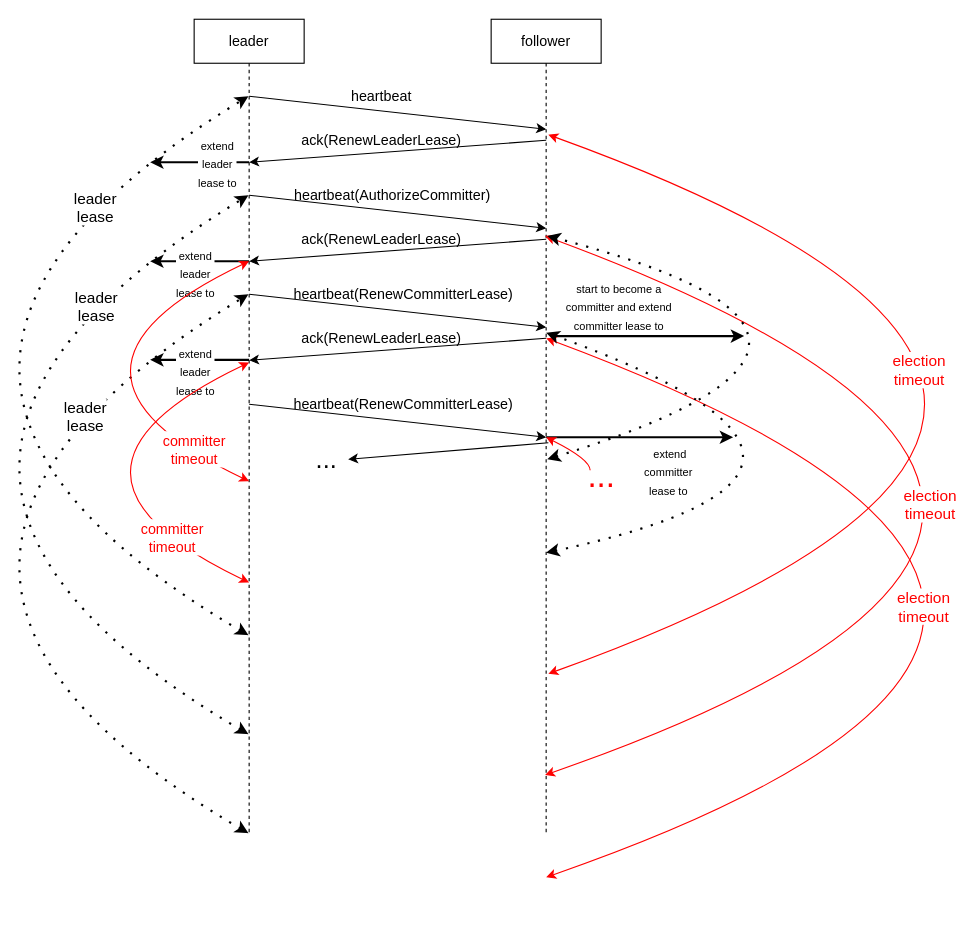
Earlier version of the draw.io diagram raft-committer-idea.drawio (BanYeung/Notes). Source tidied: cells renumbered, new cells numbered last; positions are measured from the earlier drawing's top-left corner, leaving out a move shared by most shapes. Both pictures are drawn from the tidied source at 110%, with x=0, y=0 at pixel (-202, 19).
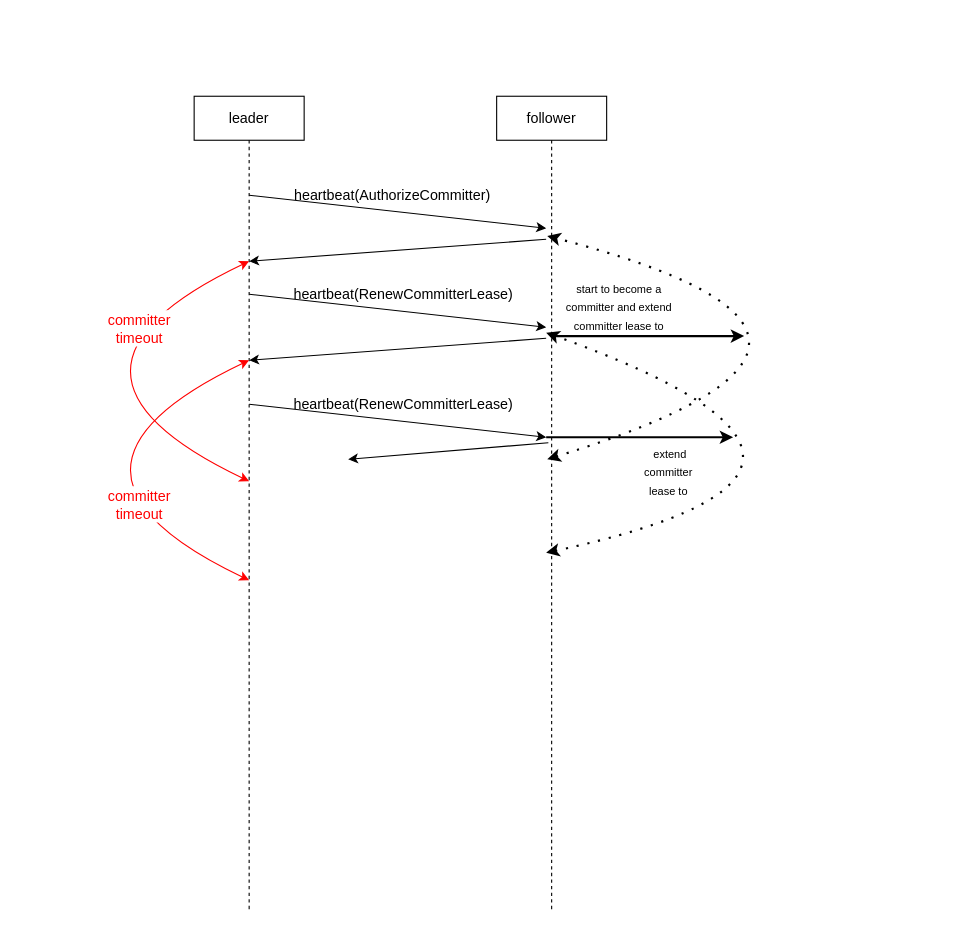
Above is the later version.

Commit message:
committer_lease and committer_timeout only

The edit, as a diff of the source:
```diff
@@
     <mxCell id="2" value="leader" style="shape=umlLifeline;perimeter=lifelinePerimeter;whiteSpace=wrap;html=1;fontSize=13;" parent="1" vertex="1">
-      <mxGeometry x="360" width="100" height="740" as="geometry" />
+      <mxGeometry x="360" y="70" width="100" height="740" as="geometry" />
     </mxCell>
-    <mxCell id="3" style="endArrow=classic;html=1;fontSize=13;" parent="1" edge="1">
-      <mxGeometry relative="1" as="geometry">
-        <mxPoint x="410" y="70" as="sourcePoint" />
-        <mxPoint x="680" y="100" as="targetPoint" />
-      </mxGeometry>
-    </mxCell>
-    <mxCell id="4" style="endArrow=classic;html=1;fontSize=13;" parent="1" edge="1">
-      <mxGeometry relative="1" as="geometry">
-        <mxPoint x="680" y="110" as="sourcePoint" />
-        <mxPoint x="410" y="130" as="targetPoint" />
-      </mxGeometry>
-    </mxCell>
     <mxCell id="5" value="follower" style="shape=umlLifeline;perimeter=lifelinePerimeter;whiteSpace=wrap;html=1;fontSize=13;" parent="1" vertex="1">
-      <mxGeometry x="630" width="100" height="740" as="geometry" />
+      <mxGeometry x="635" y="70" width="100" height="740" as="geometry" />
     </mxCell>
@@
-    <mxCell id="13" value="heartbeat" style="text;html=1;align=center;verticalAlign=middle;strokeColor=none;fontSize=13;" parent="1" vertex="1">
-      <mxGeometry x="495" y="60" width="70" height="20" as="geometry" />
-    </mxCell>
-    <mxCell id="14" style="endArrow=classic;startArrow=classic;html=1;fontSize=14;strokeWidth=2;curved=1;dashed=1;dashPattern=1 4;" parent="1" edge="1">
-      <mxGeometry relative="1" as="geometry">
-        <mxPoint x="409.4" y="560" as="sourcePoint" />
-        <mxPoint x="409.4" y="70" as="targetPoint" />
-        <Array as="points">
-          <mxPoint y="320" />
-        </Array>
-      </mxGeometry>
-    </mxCell>
-    <mxCell id="15" value="leader&lt;br&gt;lease" style="edgeLabel;html=1;align=center;verticalAlign=middle;fontSize=14;" parent="14" vertex="1">
-      <mxGeometry x="0.5" y="-40" relative="1" as="geometry">
-        <mxPoint x="43" y="-58" as="offset" />
-      </mxGeometry>
-    </mxCell>
-    <mxCell id="16" style="endArrow=classic;startArrow=classic;html=1;fontSize=14;strokeWidth=2;curved=1;dashed=1;dashPattern=1 4;" parent="1" edge="1">
-      <mxGeometry relative="1" as="geometry">
-        <mxPoint x="409.4" y="650" as="sourcePoint" />
-        <mxPoint x="409.4" y="160" as="targetPoint" />
-        <Array as="points">
-          <mxPoint y="410" />
-        </Array>
-      </mxGeometry>
-    </mxCell>
-    <mxCell id="17" style="endArrow=classic;startArrow=classic;html=1;fontSize=14;strokeWidth=2;curved=1;dashed=1;dashPattern=1 4;" parent="1" edge="1">
-      <mxGeometry relative="1" as="geometry">
-        <mxPoint x="409.4" y="740" as="sourcePoint" />
-        <mxPoint x="409.4" y="250" as="targetPoint" />
-        <Array as="points">
-          <mxPoint y="500" />
-        </Array>
-      </mxGeometry>
-    </mxCell>
-    <mxCell id="18" style="endArrow=classic;html=1;fontSize=14;strokeWidth=2;" parent="1" edge="1">
-      <mxGeometry relative="1" as="geometry">
-        <mxPoint x="410" y="130" as="sourcePoint" />
-        <mxPoint x="320" y="130" as="targetPoint" />
-      </mxGeometry>
-    </mxCell>
-    <mxCell id="19" value="&lt;font style=&quot;font-size: 10px&quot;&gt;extend &lt;br style=&quot;font-size: 10px&quot;&gt;leader&lt;br style=&quot;font-size: 10px&quot;&gt;lease to&lt;/font&gt;" style="edgeLabel;html=1;align=center;verticalAlign=middle;fontSize=14;" parent="18" vertex="1">
-      <mxGeometry x="-0.13" relative="1" as="geometry">
-        <mxPoint x="9" as="offset" />
-      </mxGeometry>
-    </mxCell>
-    <mxCell id="20" style="endArrow=classic;html=1;fontSize=14;strokeWidth=2;" parent="1" edge="1">
-      <mxGeometry relative="1" as="geometry">
-        <mxPoint x="410" y="220" as="sourcePoint" />
-        <mxPoint x="320" y="220" as="targetPoint" />
-      </mxGeometry>
-    </mxCell>
-    <mxCell id="21" value="&lt;font style=&quot;font-size: 10px&quot;&gt;extend &lt;br style=&quot;font-size: 10px&quot;&gt;leader&lt;br style=&quot;font-size: 10px&quot;&gt;lease to&lt;/font&gt;" style="edgeLabel;html=1;align=center;verticalAlign=middle;fontSize=14;" parent="20" vertex="1">
-      <mxGeometry x="-0.13" relative="1" as="geometry">
-        <mxPoint x="-11" y="10" as="offset" />
-      </mxGeometry>
-    </mxCell>
-    <mxCell id="22" style="endArrow=classic;html=1;fontSize=14;strokeWidth=2;" parent="1" edge="1">
-      <mxGeometry relative="1" as="geometry">
-        <mxPoint x="410" y="309.6" as="sourcePoint" />
-        <mxPoint x="320" y="309.6" as="targetPoint" />
-      </mxGeometry>
-    </mxCell>
-    <mxCell id="23" value="&lt;font style=&quot;font-size: 10px&quot;&gt;extend &lt;br style=&quot;font-size: 10px&quot;&gt;leader&lt;br style=&quot;font-size: 10px&quot;&gt;lease to&lt;/font&gt;" style="edgeLabel;html=1;align=center;verticalAlign=middle;fontSize=14;" parent="22" vertex="1">
-      <mxGeometry x="-0.13" relative="1" as="geometry">
-        <mxPoint x="-11" y="10" as="offset" />
-      </mxGeometry>
-    </mxCell>
-    <mxCell id="24" value="leader&lt;br&gt;lease" style="edgeLabel;html=1;align=center;verticalAlign=middle;fontSize=14;" parent="1" vertex="1">
-      <mxGeometry x="270" y="260" as="geometry" />
-    </mxCell>
-    <mxCell id="25" value="leader&lt;br&gt;lease" style="edgeLabel;html=1;align=center;verticalAlign=middle;fontSize=14;" parent="1" vertex="1">
-      <mxGeometry x="260" y="360" as="geometry" />
-    </mxCell>
@@
-    <mxCell id="32" value="&lt;font style=&quot;font-size: 13px&quot;&gt;ack(RenewLeaderLease)&lt;/font&gt;" style="text;html=1;align=center;verticalAlign=middle;strokeColor=none;fontSize=14;" parent="1" vertex="1">
-      <mxGeometry x="450" y="100" width="160" height="20" as="geometry" />
-    </mxCell>
-    <mxCell id="33" value="&lt;font style=&quot;font-size: 13px&quot;&gt;ack(RenewLeaderLease)&lt;/font&gt;" style="text;html=1;align=center;verticalAlign=middle;strokeColor=none;fontSize=14;" parent="1" vertex="1">
-      <mxGeometry x="450" y="190" width="160" height="20" as="geometry" />
-    </mxCell>
-    <mxCell id="34" value="&lt;font style=&quot;font-size: 13px&quot;&gt;ack(RenewLeaderLease)&lt;/font&gt;" style="text;html=1;align=center;verticalAlign=middle;strokeColor=none;fontSize=14;" parent="1" vertex="1">
-      <mxGeometry x="450" y="280" width="160" height="20" as="geometry" />
-    </mxCell>
-    <mxCell id="35" style="endArrow=classic;startArrow=classic;html=1;fontSize=14;strokeWidth=1;strokeColor=#FF0000;curved=1;" parent="1" edge="1">
-      <mxGeometry relative="1" as="geometry">
-        <mxPoint x="682" y="595" as="sourcePoint" />
-        <mxPoint x="682" y="105" as="targetPoint" />
-        <Array as="points">
-          <mxPoint x="1360" y="350" />
-        </Array>
-      </mxGeometry>
-    </mxCell>
-    <mxCell id="36" value="&lt;font color=&quot;#ff0000&quot;&gt;election&lt;br&gt;timeout&lt;/font&gt;" style="edgeLabel;html=1;align=center;verticalAlign=middle;fontSize=14;" parent="35" vertex="1">
-      <mxGeometry x="0.46" y="86" relative="1" as="geometry" />
-    </mxCell>
-    <mxCell id="37" style="endArrow=classic;startArrow=classic;html=1;fontSize=14;strokeWidth=1;strokeColor=#FF0000;curved=1;" parent="1" edge="1">
-      <mxGeometry relative="1" as="geometry">
-        <mxPoint x="679" y="687" as="sourcePoint" />
-        <mxPoint x="679" y="197" as="targetPoint" />
-        <Array as="points">
-          <mxPoint x="1360" y="450" />
-        </Array>
-      </mxGeometry>
-    </mxCell>
-    <mxCell id="38" value="&lt;font color=&quot;#ff0000&quot;&gt;election&lt;br&gt;timeout&lt;/font&gt;" style="edgeLabel;html=1;align=center;verticalAlign=middle;fontSize=14;" parent="37" vertex="1">
-      <mxGeometry x="0.43" y="107" relative="1" as="geometry" />
-    </mxCell>
-    <mxCell id="39" style="endArrow=classic;startArrow=classic;html=1;fontSize=14;strokeWidth=1;strokeColor=#FF0000;curved=1;" parent="1" edge="1">
-      <mxGeometry relative="1" as="geometry">
-        <mxPoint x="680" y="780" as="sourcePoint" />
-        <mxPoint x="680" y="290" as="targetPoint" />
-        <Array as="points">
-          <mxPoint x="1361" y="543" />
-        </Array>
-      </mxGeometry>
-    </mxCell>
-    <mxCell id="40" value="&lt;font color=&quot;#ff0000&quot;&gt;election&lt;br&gt;timeout&lt;/font&gt;" style="edgeLabel;html=1;align=center;verticalAlign=middle;fontSize=14;" parent="39" vertex="1">
-      <mxGeometry x="0.44" y="108" relative="1" as="geometry">
-        <mxPoint y="1" as="offset" />
-      </mxGeometry>
-    </mxCell>
-    <mxCell id="41" style="endArrow=classic;html=1;fontSize=14;strokeColor=#FF0000;strokeWidth=1;curved=1;" parent="1" edge="1">
-      <mxGeometry relative="1" as="geometry">
-        <mxPoint x="720" y="410" as="sourcePoint" />
-        <mxPoint x="680" y="380" as="targetPoint" />
-        <Array as="points">
-          <mxPoint x="720" y="400" />
-        </Array>
-      </mxGeometry>
-    </mxCell>
-    <mxCell id="42" value="&lt;font style=&quot;font-size: 30px&quot; color=&quot;#ff0000&quot;&gt;...&lt;/font&gt;" style="text;html=1;align=center;verticalAlign=middle;strokeColor=none;fontSize=14;" parent="1" vertex="1">
-      <mxGeometry x="710" y="400" width="40" height="30" as="geometry" />
-    </mxCell>
-    <mxCell id="43" value="&lt;font style=&quot;font-size: 23px&quot;&gt;...&lt;/font&gt;" style="text;html=1;align=center;verticalAlign=middle;strokeColor=none;fontSize=14;" parent="1" vertex="1">
-      <mxGeometry x="465" y="390" width="30" height="20" as="geometry" />
-    </mxCell>
@@
-    <mxCell id="46" style="endArrow=classic;startArrow=classic;html=1;fontSize=14;strokeWidth=1;strokeColor=#FF0000;curved=1;" parent="1" edge="1">
-      <mxGeometry relative="1" as="geometry">
-        <mxPoint x="410" y="420" as="sourcePoint" />
-        <mxPoint x="410" y="220" as="targetPoint" />
-        <Array as="points">
-          <mxPoint x="200" y="320" />
-        </Array>
-      </mxGeometry>
-    </mxCell>
-    <mxCell id="47" value="&lt;font style=&quot;font-size: 13px&quot; color=&quot;#ff0000&quot;&gt;committer&lt;br&gt;timeout&lt;/font&gt;" style="edgeLabel;html=1;align=center;verticalAlign=middle;fontSize=14;" parent="46" vertex="1">
-      <mxGeometry x="-0.55" y="-12" relative="1" as="geometry">
-        <mxPoint x="39" y="26" as="offset" />
-      </mxGeometry>
-    </mxCell>
-    <mxCell id="48" style="endArrow=classic;startArrow=classic;html=1;fontSize=14;strokeWidth=1;strokeColor=#FF0000;curved=1;" parent="1" edge="1">
-      <mxGeometry relative="1" as="geometry">
-        <mxPoint x="410" y="512" as="sourcePoint" />
-        <mxPoint x="410" y="312" as="targetPoint" />
-        <Array as="points">
-          <mxPoint x="200" y="412" />
-        </Array>
-      </mxGeometry>
-    </mxCell>
-    <mxCell id="49" value="&lt;font style=&quot;font-size: 13px&quot; color=&quot;#ff0000&quot;&gt;committer&lt;br&gt;timeout&lt;/font&gt;" style="edgeLabel;html=1;align=center;verticalAlign=middle;fontSize=14;" parent="48" vertex="1">
-      <mxGeometry x="-0.55" y="-12" relative="1" as="geometry">
-        <mxPoint x="19" y="14" as="offset" />
-      </mxGeometry>
-    </mxCell>
+    <mxCell id="50" style="endArrow=classic;startArrow=classic;html=1;fontSize=14;strokeWidth=1;strokeColor=#FF0000;curved=1;" parent="1" edge="1">
+      <mxGeometry relative="1" as="geometry">
+        <mxPoint x="410" y="420" as="sourcePoint" />
+        <mxPoint x="410" y="220" as="targetPoint" />
+        <Array as="points">
+          <mxPoint x="200" y="320" />
+        </Array>
+      </mxGeometry>
+    </mxCell>
+    <mxCell id="51" value="&lt;font style=&quot;font-size: 13px&quot; color=&quot;#ff0000&quot;&gt;committer&lt;br&gt;timeout&lt;/font&gt;" style="edgeLabel;html=1;align=center;verticalAlign=middle;fontSize=14;" parent="50" vertex="1">
+      <mxGeometry x="-0.55" y="-12" relative="1" as="geometry">
+        <mxPoint x="-11" y="-84" as="offset" />
+      </mxGeometry>
+    </mxCell>
+    <mxCell id="52" style="endArrow=classic;startArrow=classic;html=1;fontSize=14;strokeWidth=1;strokeColor=#FF0000;curved=1;" parent="1" edge="1">
+      <mxGeometry relative="1" as="geometry">
+        <mxPoint x="410" y="510" as="sourcePoint" />
+        <mxPoint x="410" y="310" as="targetPoint" />
+        <Array as="points">
+          <mxPoint x="200" y="410" />
+        </Array>
+      </mxGeometry>
+    </mxCell>
+    <mxCell id="53" value="&lt;font style=&quot;font-size: 13px&quot; color=&quot;#ff0000&quot;&gt;committer&lt;br&gt;timeout&lt;/font&gt;" style="edgeLabel;html=1;align=center;verticalAlign=middle;fontSize=14;" parent="52" vertex="1">
+      <mxGeometry x="-0.55" y="-12" relative="1" as="geometry">
+        <mxPoint x="-11" y="-14" as="offset" />
+      </mxGeometry>
+    </mxCell>
```
